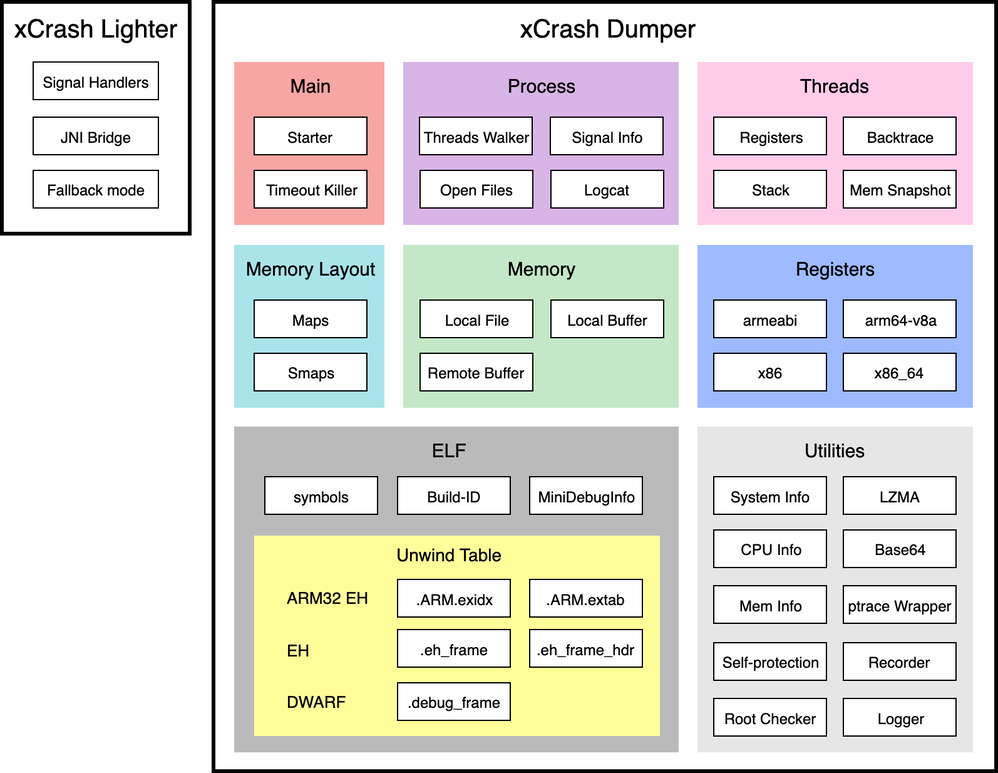
iqiyi/xCrash keeps this draw.io diagram as doc/architecture.png. Above is the earlier version. Source tidied: cells renumbered, new cells last; positions are measured from the earlier drawing's top-left corner, leaving out a move shared by most shapes.
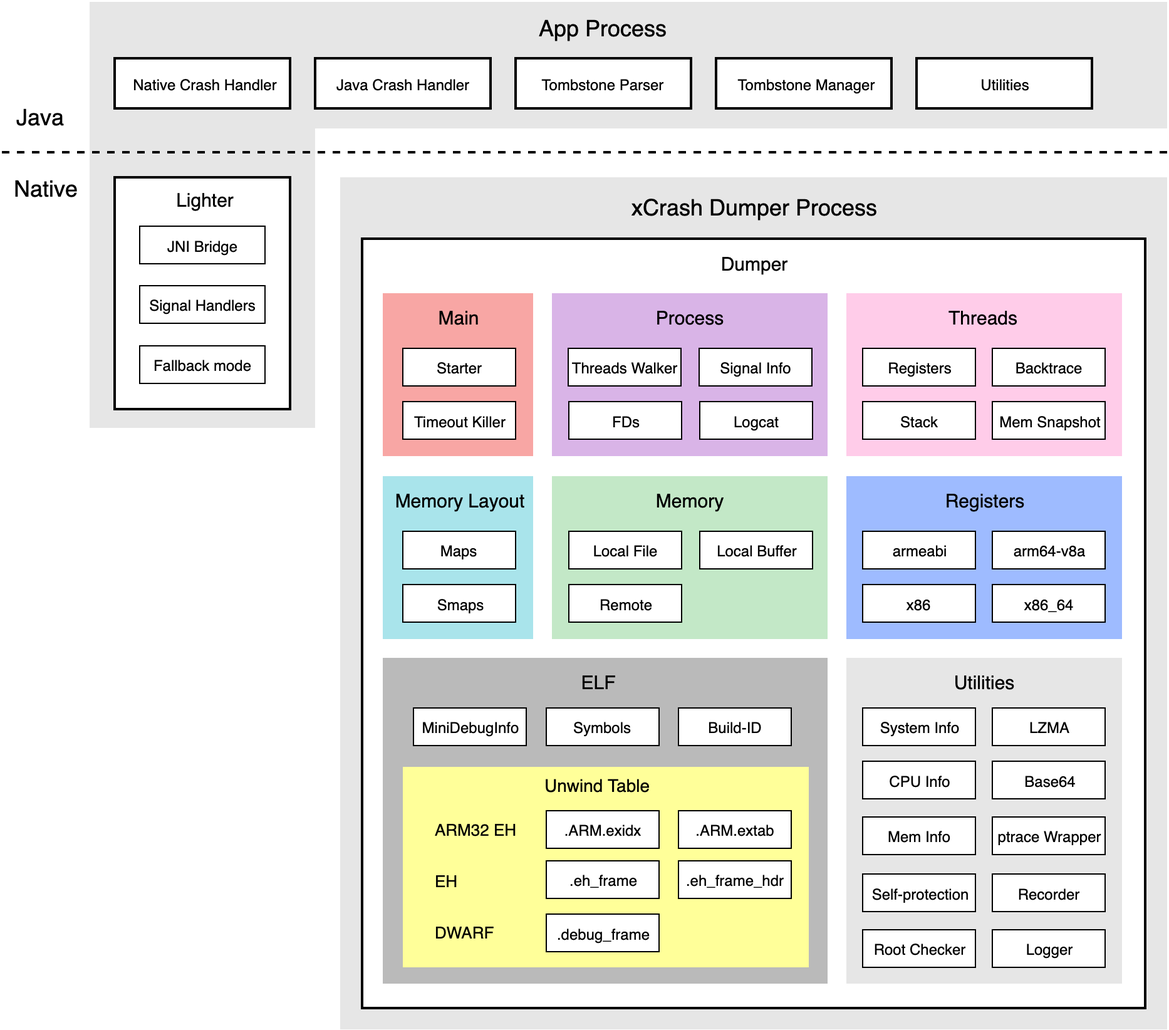
Above is the later version.

Commit message:
[improve] Add ProGuard rules file to xCrash AAR library. [doc] Refine the architecture map and catching-native-crash map.

Diff of the diagram source:
```diff
@@ -2,14 +2,23 @@
   <root>
     <mxCell id="0" />
     <mxCell id="1" parent="0" />
+    <mxCell id="67" style="rounded=0;whiteSpace=wrap;html=1;strokeColor=none;fillColor=#E6E6E6;fontSize=20;strokeWidth=2;" parent="1" vertex="1">
+      <mxGeometry x="131.5" y="-184.5" width="680" height="101" as="geometry" />
+    </mxCell>
+    <mxCell id="68" style="rounded=0;whiteSpace=wrap;html=1;strokeColor=none;fillColor=#E6E6E6;fontSize=20;strokeWidth=2;fontColor=#000000;" parent="1" vertex="1">
+      <mxGeometry x="-48.5" y="-184.5" width="180" height="340" as="geometry" />
+    </mxCell>
+    <mxCell id="69" style="rounded=0;whiteSpace=wrap;html=1;strokeColor=none;fontSize=20;fillColor=#E6E6E6;strokeWidth=2;" parent="1" vertex="1">
+      <mxGeometry x="151.5" y="-44.5" width="660" height="680" as="geometry" />
+    </mxCell>
-    <mxCell id="2" style="rounded=0;whiteSpace=wrap;html=1;strokeWidth=3;strokeColor=#000000;" parent="1" vertex="1">
-      <mxGeometry x="169" width="625" height="614" as="geometry" />
+    <mxCell id="2" style="rounded=0;whiteSpace=wrap;html=1;strokeWidth=2;strokeColor=#000000;" parent="1" vertex="1">
+      <mxGeometry x="169" y="4.5" width="625" height="614" as="geometry" />
     </mxCell>
     <mxCell id="3" style="rounded=0;whiteSpace=wrap;html=1;strokeColor=none;fillColor=#BABABA;fontColor=#333333;" parent="1" vertex="1">
       <mxGeometry x="185.5" y="339" width="355" height="260" as="geometry" />
     </mxCell>
-    <mxCell id="4" style="rounded=0;whiteSpace=wrap;html=1;strokeColor=#000000;strokeWidth=3;spacing=2;" parent="1" vertex="1">
-      <mxGeometry width="150" height="185" as="geometry" />
+    <mxCell id="4" style="rounded=0;whiteSpace=wrap;html=1;strokeColor=#000000;strokeWidth=2;spacing=2;" parent="1" vertex="1">
+      <mxGeometry x="-28.5" y="-44.5" width="140" height="185" as="geometry" />
     </mxCell>
     <mxCell id="5" style="rounded=0;whiteSpace=wrap;html=1;strokeColor=none;fillColor=#9EBBFF;" parent="1" vertex="1">
       <mxGeometry x="555.5" y="194" width="220" height="130" as="geometry" />
@@ -41,7 +50,7 @@
     <mxCell id="14" value="Local Buffer" style="rounded=0;whiteSpace=wrap;html=1;" parent="1" vertex="1">
       <mxGeometry x="438.5" y="238" width="90" height="30" as="geometry" />
     </mxCell>
-    <mxCell id="15" value="Remote&amp;nbsp;Buffer" style="rounded=0;whiteSpace=wrap;html=1;" parent="1" vertex="1">
+    <mxCell id="15" value="Remote" style="rounded=0;whiteSpace=wrap;html=1;" parent="1" vertex="1">
       <mxGeometry x="334" y="280.5" width="90" height="30" as="geometry" />
     </mxCell>
     <mxCell id="16" style="rounded=0;whiteSpace=wrap;html=1;strokeColor=none;fillColor=#FFFF99;fontColor=#333333;" parent="1" vertex="1">
@@ -86,16 +95,16 @@
     <mxCell id="29" value="&lt;font style=&quot;font-size: 13px;&quot;&gt;DWARF&lt;br style=&quot;font-size: 13px;&quot;&gt;&lt;/font&gt;" style="text;html=1;strokeColor=none;fillColor=none;align=left;verticalAlign=middle;whiteSpace=wrap;rounded=0;fontSize=13;labelPosition=center;verticalLabelPosition=middle;" parent="1" vertex="1">
       <mxGeometry x="225.5" y="548.5" width="80" height="20" as="geometry" />
     </mxCell>
-    <mxCell id="30" value="MiniDebugInfo" style="rounded=0;whiteSpace=wrap;html=1;" parent="1" vertex="1">
+    <mxCell id="30" value="Build-ID" style="rounded=0;whiteSpace=wrap;html=1;" parent="1" vertex="1">
       <mxGeometry x="421.5" y="379" width="90" height="30" as="geometry" />
     </mxCell>
-    <mxCell id="31" value="&lt;span&gt;symbols&lt;/span&gt;" style="rounded=0;whiteSpace=wrap;html=1;" parent="1" vertex="1">
+    <mxCell id="31" value="&lt;span&gt;MiniDebugInfo&lt;/span&gt;" style="rounded=0;whiteSpace=wrap;html=1;" parent="1" vertex="1">
       <mxGeometry x="210" y="379" width="90" height="30" as="geometry" />
     </mxCell>
     <mxCell id="32" value="&lt;font style=&quot;font-size: 15px;&quot;&gt;ELF&lt;/font&gt;" style="text;html=1;strokeColor=none;fillColor=none;align=center;verticalAlign=middle;whiteSpace=wrap;rounded=0;fontSize=15;" parent="1" vertex="1">
       <mxGeometry x="296.5" y="348" width="120" height="20" as="geometry" />
     </mxCell>
-    <mxCell id="33" value="&lt;span&gt;Build-ID&lt;/span&gt;" style="rounded=0;whiteSpace=wrap;html=1;" parent="1" vertex="1">
+    <mxCell id="33" value="&lt;span&gt;Symbols&lt;/span&gt;" style="rounded=0;whiteSpace=wrap;html=1;" parent="1" vertex="1">
       <mxGeometry x="316" y="379" width="90" height="30" as="geometry" />
     </mxCell>
     <mxCell id="34" style="rounded=0;whiteSpace=wrap;html=1;strokeColor=none;fillColor=#E6E6E6;fontColor=#333333;" parent="1" vertex="1">
@@ -143,7 +152,7 @@
     <mxCell id="48" value="Logcat" style="rounded=0;whiteSpace=wrap;html=1;" parent="1" vertex="1">
       <mxGeometry x="438.5" y="134.5" width="90" height="30" as="geometry" />
     </mxCell>
-    <mxCell id="49" value="Open Files" style="rounded=0;whiteSpace=wrap;html=1;" parent="1" vertex="1">
+    <mxCell id="49" value="FDs" style="rounded=0;whiteSpace=wrap;html=1;" parent="1" vertex="1">
       <mxGeometry x="334" y="134.5" width="90" height="30" as="geometry" />
     </mxCell>
     <mxCell id="50" style="rounded=0;whiteSpace=wrap;html=1;strokeColor=none;fillColor=#FFCCE9;" parent="1" vertex="1">
@@ -182,20 +191,68 @@
     <mxCell id="61" value="Timeout&amp;nbsp;&lt;span&gt;Killer&lt;/span&gt;" style="rounded=0;whiteSpace=wrap;html=1;" parent="1" vertex="1">
       <mxGeometry x="201.5" y="134.5" width="90" height="30" as="geometry" />
     </mxCell>
-    <mxCell id="62" value="xCrash Dumper" style="text;html=1;strokeColor=none;fillColor=none;align=center;verticalAlign=middle;whiteSpace=wrap;rounded=0;fontSize=20;fontColor=#000000;" parent="1" vertex="1">
-      <mxGeometry x="373.5" y="11" width="220" height="20" as="geometry" />
+    <mxCell id="62" value="Dumper" style="text;html=1;strokeColor=none;fillColor=none;align=center;verticalAlign=middle;whiteSpace=wrap;rounded=0;fontSize=15;fontColor=#000000;" parent="1" vertex="1">
+      <mxGeometry x="411" y="14.5" width="141" height="20" as="geometry" />
     </mxCell>
-    <mxCell id="63" value="xCrash Lighter" style="text;html=1;strokeColor=none;fillColor=none;align=center;verticalAlign=middle;whiteSpace=wrap;rounded=0;fontSize=20;fontColor=#000000;" parent="1" vertex="1">
-      <mxGeometry x="5" y="11" width="140" height="20" as="geometry" />
+    <mxCell id="63" value="Lighter" style="text;html=1;strokeColor=none;fillColor=none;align=center;verticalAlign=middle;whiteSpace=wrap;rounded=0;fontSize=15;fontColor=#000000;" parent="1" vertex="1">
+      <mxGeometry x="3" y="-36.5" width="80" height="20" as="geometry" />
     </mxCell>
     <mxCell id="64" value="Signal Handlers" style="rounded=0;whiteSpace=wrap;html=1;" parent="1" vertex="1">
-      <mxGeometry x="25" y="48" width="100" height="30" as="geometry" />
+      <mxGeometry x="-8.5" y="42" width="100" height="30" as="geometry" />
     </mxCell>
     <mxCell id="65" value="Fallback mode" style="rounded=0;whiteSpace=wrap;html=1;" parent="1" vertex="1">
-      <mxGeometry x="25" y="134.5" width="100" height="30" as="geometry" />
+      <mxGeometry x="-8.5" y="90" width="100" height="30" as="geometry" />
     </mxCell>
     <mxCell id="66" value="JNI&amp;nbsp;Bridge" style="rounded=0;whiteSpace=wrap;html=1;" parent="1" vertex="1">
-      <mxGeometry x="25" y="92" width="100" height="30" as="geometry" />
+      <mxGeometry x="-8.5" y="-5.5" width="100" height="30" as="geometry" />
     </mxCell>
+    <mxCell id="70" style="endArrow=none;html=1;strokeWidth=2;strokeColor=#000000;dashed=1;" parent="1" edge="1">
+      <mxGeometry relative="1" as="geometry">
+        <mxPoint x="811.5" y="-64.5" as="sourcePoint" />
+        <mxPoint x="-118.5" y="-64.5" as="targetPoint" />
+      </mxGeometry>
+    </mxCell>
+    <mxCell id="71" style="rounded=0;whiteSpace=wrap;html=1;strokeColor=#000000;strokeWidth=2;spacing=2;" parent="1" vertex="1">
+      <mxGeometry x="-28.5" y="-139.5" width="140" height="40" as="geometry" />
+    </mxCell>
+    <mxCell id="72" value="Native" style="text;html=1;strokeColor=none;fillColor=none;align=left;verticalAlign=middle;whiteSpace=wrap;rounded=0;fontSize=18;" parent="1" vertex="1">
+      <mxGeometry x="-110.5" y="-46.5" width="60" height="20" as="geometry" />
+    </mxCell>
+    <mxCell id="73" value="Java" style="text;html=1;strokeColor=none;fillColor=none;align=left;verticalAlign=middle;whiteSpace=wrap;rounded=0;fontSize=18;" parent="1" vertex="1">
+      <mxGeometry x="-108.5" y="-103.5" width="60" height="20" as="geometry" />
+    </mxCell>
+    <mxCell id="74" value="Native Crash&amp;nbsp;&lt;span style=&quot;font-size: 12px;&quot;&gt;Handler&lt;/span&gt;" style="text;html=1;strokeColor=none;fillColor=none;align=center;verticalAlign=middle;whiteSpace=wrap;rounded=0;fontSize=12;fontColor=#000000;" parent="1" vertex="1">
+      <mxGeometry x="-16" y="-129" width="119" height="20" as="geometry" />
+    </mxCell>
+    <mxCell id="75" style="rounded=0;whiteSpace=wrap;html=1;strokeColor=#000000;strokeWidth=2;spacing=2;" parent="1" vertex="1">
+      <mxGeometry x="131.5" y="-139.5" width="140" height="40" as="geometry" />
+    </mxCell>
+    <mxCell id="76" value="Java Crash&amp;nbsp;&lt;span style=&quot;font-size: 12px;&quot;&gt;Handler&lt;/span&gt;" style="text;html=1;strokeColor=none;fillColor=none;align=center;verticalAlign=middle;whiteSpace=wrap;rounded=0;fontSize=12;fontColor=#000000;" parent="1" vertex="1">
+      <mxGeometry x="145" y="-129.5" width="113" height="20" as="geometry" />
+    </mxCell>
+    <mxCell id="77" value="xCrash Dumper Process" style="text;html=1;strokeColor=none;fillColor=none;align=center;verticalAlign=middle;whiteSpace=wrap;rounded=0;fontSize=18;" parent="1" vertex="1">
+      <mxGeometry x="346" y="-31" width="271" height="20" as="geometry" />
+    </mxCell>
+    <mxCell id="78" style="rounded=0;whiteSpace=wrap;html=1;strokeColor=#000000;strokeWidth=2;spacing=2;" parent="1" vertex="1">
+      <mxGeometry x="291.5" y="-139.5" width="140" height="40" as="geometry" />
+    </mxCell>
+    <mxCell id="79" value="Tombstone Parser&lt;br&gt;" style="text;html=1;strokeColor=none;fillColor=none;align=center;verticalAlign=middle;whiteSpace=wrap;rounded=0;fontSize=12;fontColor=#000000;" parent="1" vertex="1">
+      <mxGeometry x="305" y="-129.5" width="113" height="20" as="geometry" />
+    </mxCell>
+    <mxCell id="80" style="rounded=0;whiteSpace=wrap;html=1;strokeColor=#000000;strokeWidth=2;spacing=2;" parent="1" vertex="1">
+      <mxGeometry x="451.5" y="-139.5" width="140" height="40" as="geometry" />
+    </mxCell>
+    <mxCell id="81" value="Tombstone Manager&lt;br&gt;" style="text;html=1;strokeColor=none;fillColor=none;align=center;verticalAlign=middle;whiteSpace=wrap;rounded=0;fontSize=12;fontColor=#000000;" parent="1" vertex="1">
+      <mxGeometry x="466.5" y="-129.5" width="113" height="20" as="geometry" />
+    </mxCell>
+    <mxCell id="82" style="rounded=0;whiteSpace=wrap;html=1;strokeColor=#000000;strokeWidth=2;spacing=2;" parent="1" vertex="1">
+      <mxGeometry x="611.5" y="-139.5" width="140" height="40" as="geometry" />
+    </mxCell>
+    <mxCell id="83" value="&lt;span&gt;Utilities&lt;/span&gt;&lt;br&gt;" style="text;html=1;strokeColor=none;fillColor=none;align=center;verticalAlign=middle;whiteSpace=wrap;rounded=0;fontSize=12;fontColor=#000000;" parent="1" vertex="1">
+      <mxGeometry x="625" y="-129.5" width="113" height="20" as="geometry" />
+    </mxCell>
+    <mxCell id="84" value="App Process" style="text;html=1;strokeColor=none;fillColor=none;align=center;verticalAlign=middle;whiteSpace=wrap;rounded=0;fontSize=18;" parent="1" vertex="1">
+      <mxGeometry x="226" y="-174" width="271" height="20" as="geometry" />
+    </mxCell>
   </root>
 </mxGraphModel>
```
